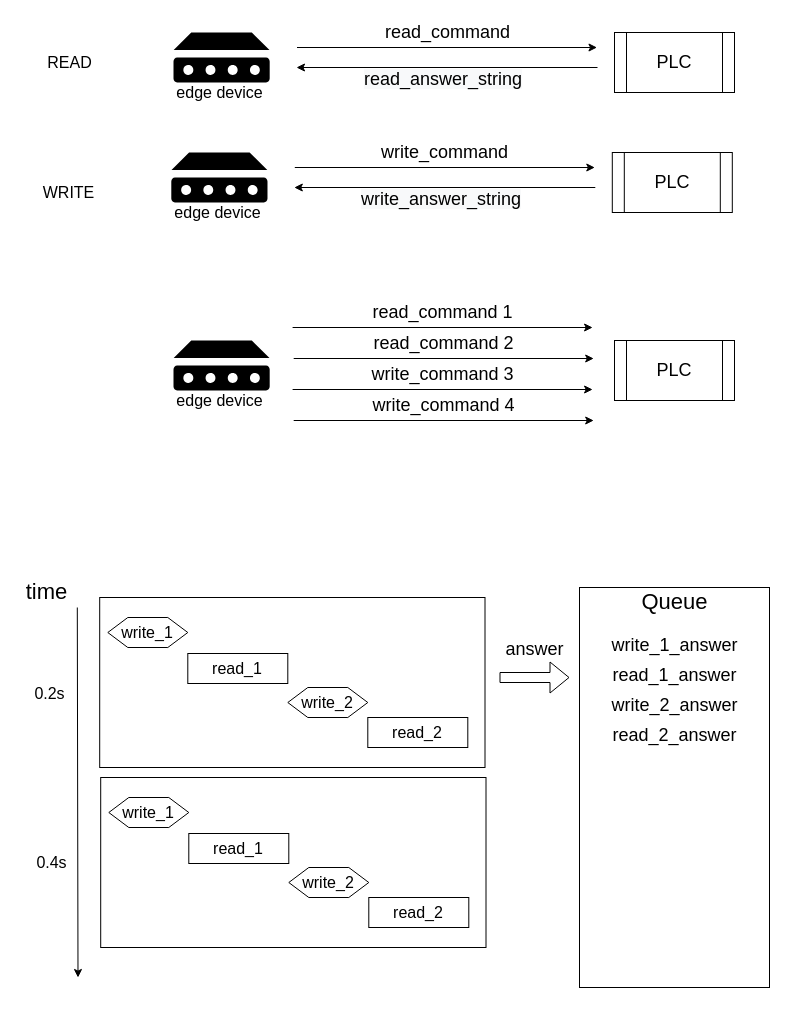
This is PLCqueue.drawio from Flamingo-G/hello-world, a draw.io file, before an edit. Source tidied: cells renumbered, new cells numbered last; positions are measured from the earlier drawing's top-left corner, leaving out a move shared by most shapes. Both pictures are drawn from the tidied source at 100%, with x=0, y=0 at pixel (16, 17).
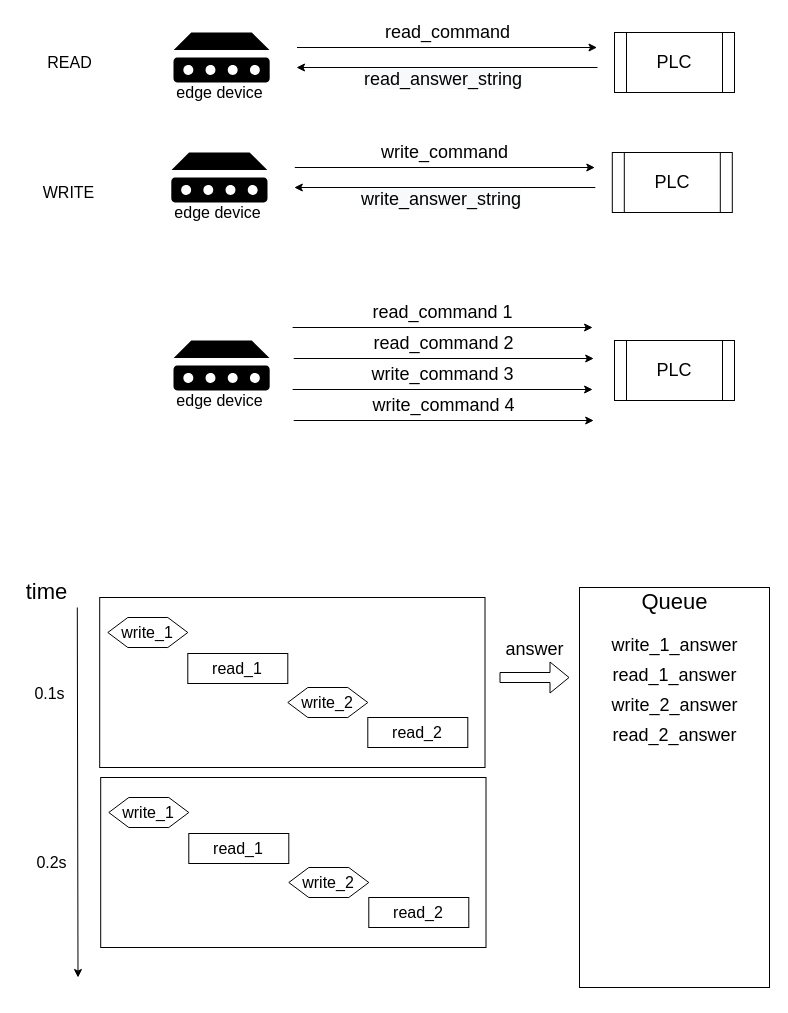
After the change.

Commit message:
PLCqueue.drawio を更新します

The edit, as a diff of the source:
```diff
@@
-    <mxCell id="35" value="0.2s" style="text;html=1;align=center;verticalAlign=middle;strokeColor=none;fontSize=16;" parent="1" vertex="1">
+    <mxCell id="35" value="0.1s" style="text;html=1;align=center;verticalAlign=middle;strokeColor=none;fontSize=16;" parent="1" vertex="1">
       <mxGeometry x="8" y="666" width="50" height="20" as="geometry" />
     </mxCell>
@@
-    <mxCell id="42" value="0.4s" style="text;html=1;align=center;verticalAlign=middle;strokeColor=none;fontSize=16;" parent="1" vertex="1">
+    <mxCell id="42" value="0.2s" style="text;html=1;align=center;verticalAlign=middle;strokeColor=none;fontSize=16;" parent="1" vertex="1">
       <mxGeometry x="10.1" y="835" width="50" height="20" as="geometry" />
     </mxCell>
```
